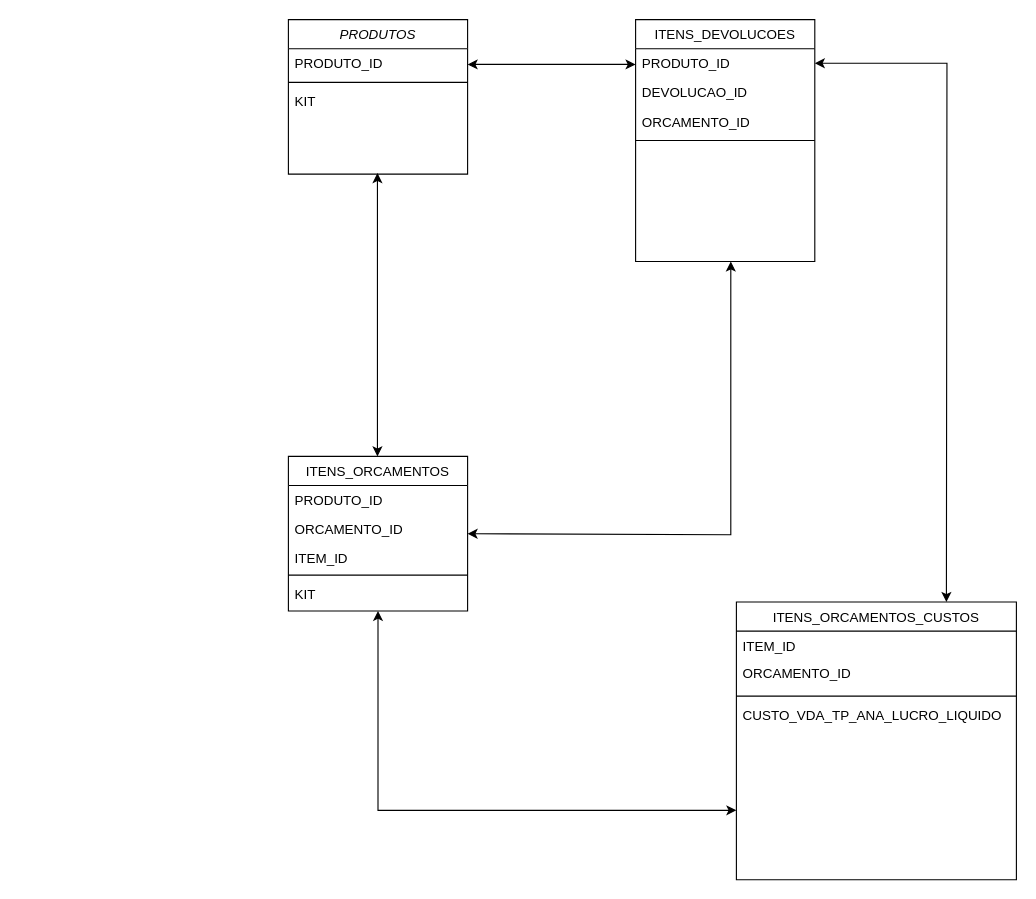
Before: schemaJCruzeiro.drawio in code-a11ly/Draw.io, a draw.io diagram. Source tidied: cells renumbered, new cells numbered last; positions are measured from the earlier drawing's top-left corner, leaving out a move shared by most shapes. Both pictures are drawn from the tidied source at 112%, with x=0, y=0 at pixel (288, 19).
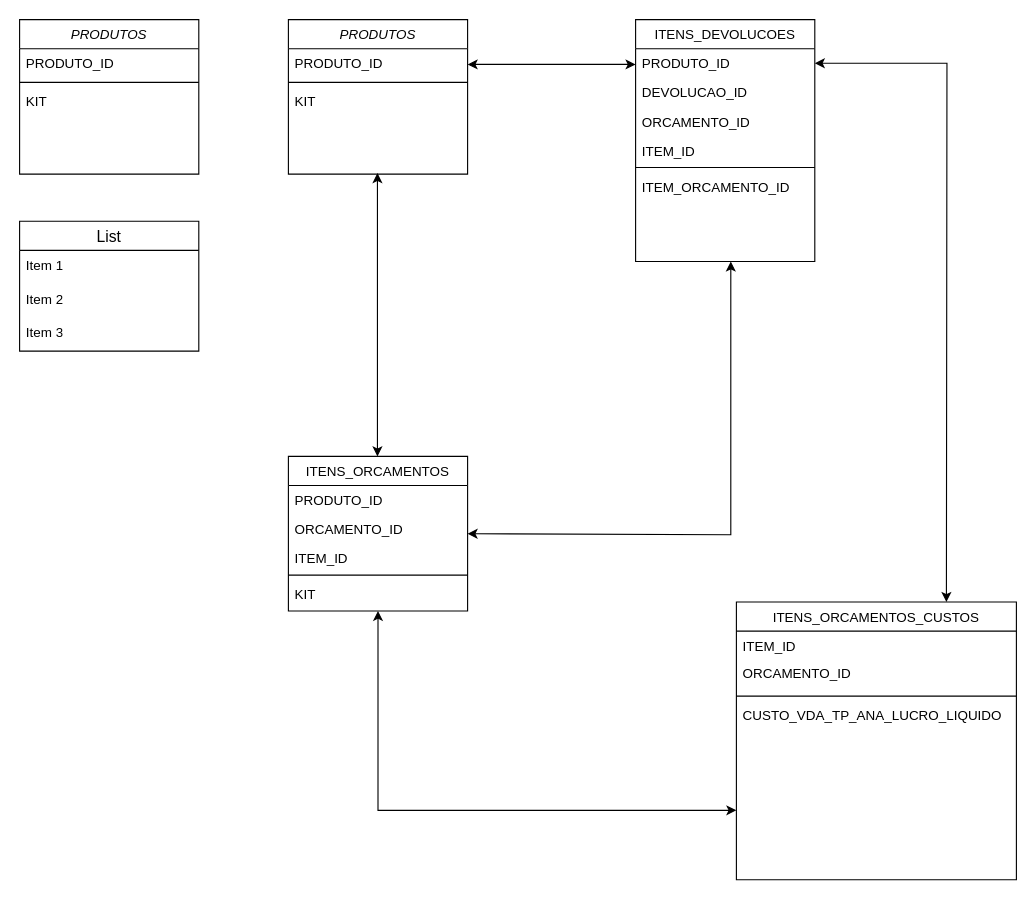
The same page after the edit.

Unchanged cells that the change refers to:
```xml
<mxCell id="17" value="ITENS_DEVOLUCOES" style="swimlane;fontStyle=0;align=center;verticalAlign=top;horizontal=1;startSize=26;rounded=0;shadow=0;strokeWidth=1;" parent="1" vertex="1">
  <mxGeometry x="310" width="160" height="216" as="geometry" />
</mxCell>
```

What changed in the source:
```diff
@@
+    <mxCell id="27" value="ITEM_ID" style="text;align=left;verticalAlign=top;spacingLeft=4;spacingRight=4;overflow=hidden;" parent="17" vertex="1">
+      <mxGeometry y="104" width="160" height="24" as="geometry" />
+    </mxCell>
     <mxCell id="21" style="line;html=1;strokeWidth=1;align=left;verticalAlign=middle;spacingTop=-1;spacingLeft=3;spacingRight=3;labelPosition=right;" parent="17" vertex="1">
-      <mxGeometry y="104" width="160" height="8" as="geometry" />
+      <mxGeometry y="128" width="160" height="8" as="geometry" />
     </mxCell>
+    <mxCell id="28" value="ITEM_ORCAMENTO_ID" style="text;align=left;verticalAlign=top;spacingLeft=4;spacingRight=4;overflow=hidden;" parent="17" vertex="1">
+      <mxGeometry y="136" width="160" height="24" as="geometry" />
+    </mxCell>
@@
+    <mxCell id="29" value="PRODUTOS" style="swimlane;fontStyle=2;align=center;verticalAlign=top;horizontal=1;startSize=26;rounded=0;shadow=0;strokeWidth=1;" parent="1" vertex="1">
+      <mxGeometry x="-240" width="160" height="138" as="geometry" />
+    </mxCell>
+    <mxCell id="30" value="PRODUTO_ID" style="text;align=left;verticalAlign=top;spacingLeft=4;spacingRight=4;overflow=hidden;" parent="29" vertex="1">
+      <mxGeometry y="26" width="160" height="26" as="geometry" />
+    </mxCell>
+    <mxCell id="31" style="line;html=1;strokeWidth=1;align=left;verticalAlign=middle;spacingTop=-1;spacingLeft=3;spacingRight=3;labelPosition=right;" parent="29" vertex="1">
+      <mxGeometry y="52" width="160" height="8" as="geometry" />
+    </mxCell>
+    <mxCell id="32" value="KIT" style="text;align=left;verticalAlign=top;spacingLeft=4;spacingRight=4;overflow=hidden;rounded=0;shadow=0;html=0;" parent="29" vertex="1">
+      <mxGeometry y="60" width="160" height="26" as="geometry" />
+    </mxCell>
+    <mxCell id="33" value="List" style="swimlane;fontStyle=0;horizontal=1;startSize=26;align=center;fontSize=14;" parent="1" vertex="1">
+      <mxGeometry x="-240" y="180" width="160" height="116" as="geometry" />
+    </mxCell>
+    <mxCell id="34" value="Item 1" style="text;strokeColor=none;fillColor=none;spacingLeft=4;spacingRight=4;overflow=hidden;fontSize=12;whiteSpace=wrap;html=1;" parent="33" vertex="1">
+      <mxGeometry y="26" width="160" height="30" as="geometry" />
+    </mxCell>
+    <mxCell id="35" value="Item 2" style="text;strokeColor=none;fillColor=none;spacingLeft=4;spacingRight=4;overflow=hidden;fontSize=12;whiteSpace=wrap;html=1;" parent="33" vertex="1">
+      <mxGeometry y="56" width="160" height="30" as="geometry" />
+    </mxCell>
+    <mxCell id="36" value="Item 3" style="text;strokeColor=none;fillColor=none;spacingLeft=4;spacingRight=4;overflow=hidden;fontSize=12;whiteSpace=wrap;html=1;" parent="33" vertex="1">
+      <mxGeometry y="86" width="160" height="30" as="geometry" />
+    </mxCell>
```
